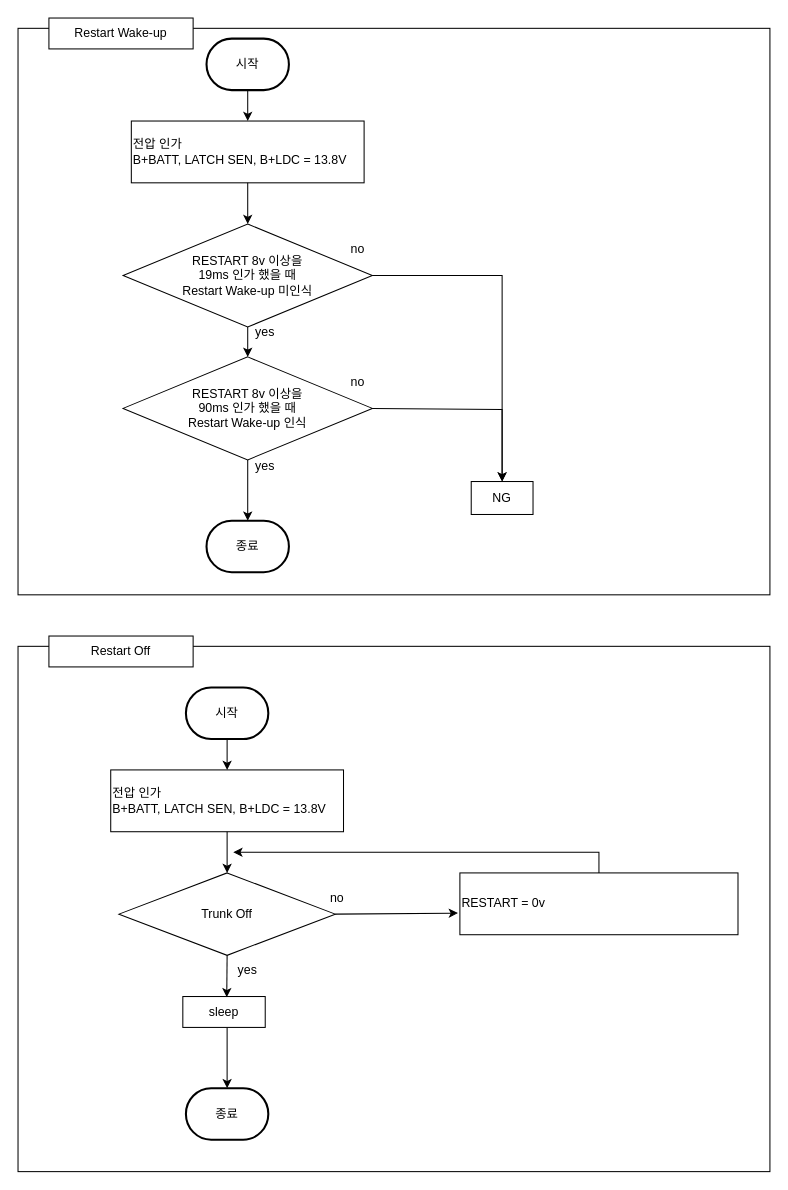
Above: RESTART Wake-up.drawio in chaeyoonl/state-transition-diagram-test (draw.io), before the change. Source tidied: cells renumbered, new cells numbered last; positions are measured from the earlier drawing's top-left corner, leaving out a move shared by most shapes. Both pictures are drawn from the tidied source at 103%, with x=0, y=0 at pixel (18, 18).
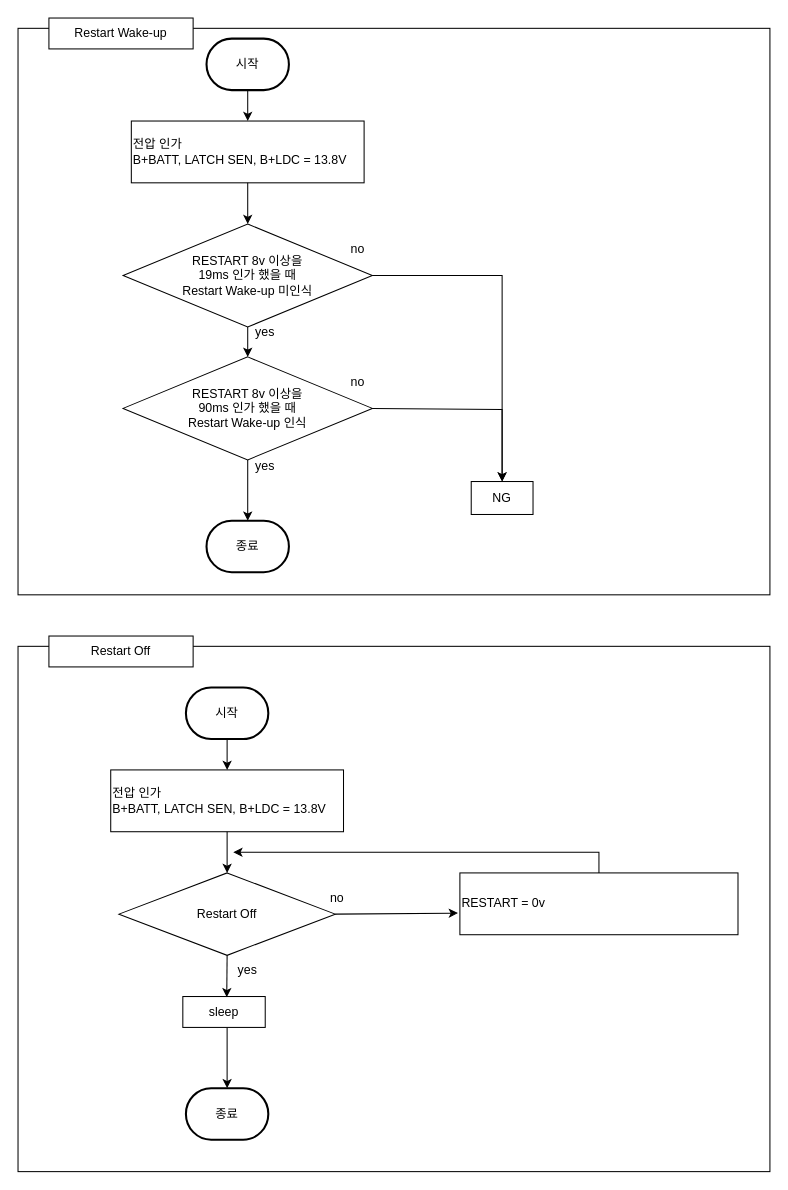
The same diagram, later.

Diff of the diagram source:
```diff
@@
-    <mxCell id="15" value="Trunk&amp;nbsp;Off" style="rhombus;whiteSpace=wrap;html=1;" parent="1" vertex="1">
+    <mxCell id="15" value="Restart Off" style="rhombus;whiteSpace=wrap;html=1;" parent="1" vertex="1">
       <mxGeometry x="98" y="830" width="210" height="80" as="geometry" />
     </mxCell>
```
